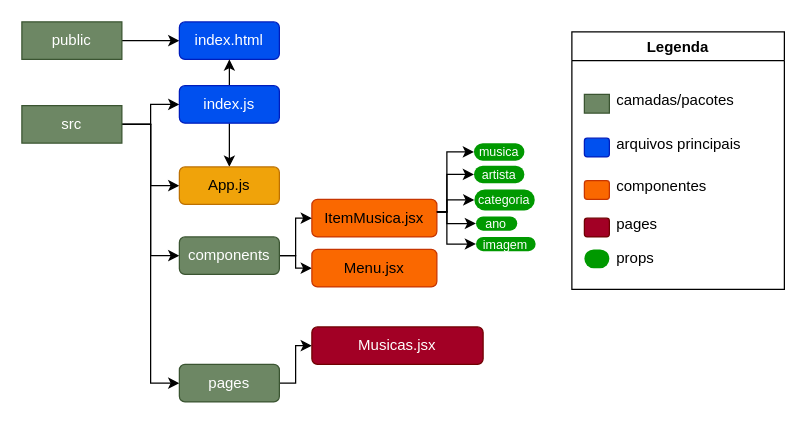
The draw.io diagram music-box-react/arquitetura.drawio in reisrb/music-box, before the edit. Source tidied: cells renumbered, new cells numbered last; positions are measured from the earlier drawing's top-left corner, leaving out a move shared by most shapes. Both pictures are drawn from the tidied source at 125%, with x=0, y=0 at pixel (21, 21).
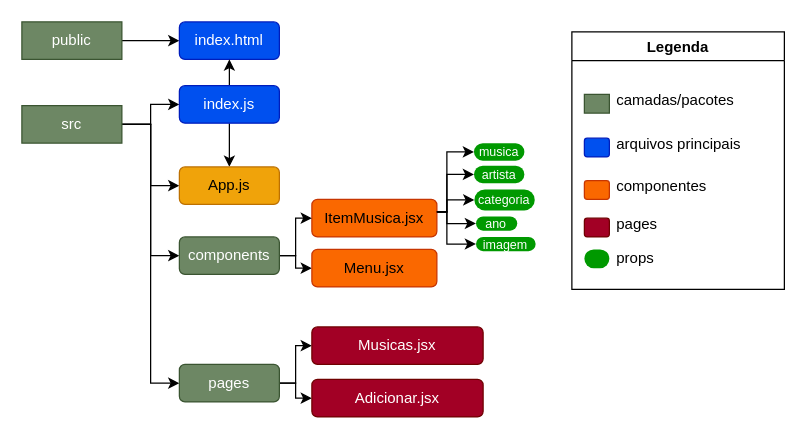
After the change.

Unchanged cells that the change refers to:
```xml
<mxCell id="30" value="pages" style="rounded=1;whiteSpace=wrap;html=1;fillColor=#6d8764;strokeColor=#3A5431;fontColor=#ffffff;" parent="1" vertex="1">
  <mxGeometry x="126" y="274" width="80" height="30" as="geometry" />
</mxCell>
```

Change to the diagram source:
```diff
@@
+    <mxCell id="43" style="edgeStyle=none;rounded=0;html=1;entryX=0;entryY=0.5;entryDx=0;entryDy=0;" parent="1" edge="1" source="30" target="44">
+      <mxGeometry relative="1" as="geometry">
+        <Array as="points">
+          <mxPoint x="219" y="289" />
+          <mxPoint x="219" y="301" />
+        </Array>
+      </mxGeometry>
+    </mxCell>
@@
+    <mxCell id="44" value="Adicionar.jsx" style="rounded=1;whiteSpace=wrap;html=1;fontColor=#ffffff;strokeColor=#6F0000;fillColor=#a20025;" parent="1" vertex="1">
+      <mxGeometry x="232" y="286" width="137" height="30" as="geometry" />
+    </mxCell>
```
